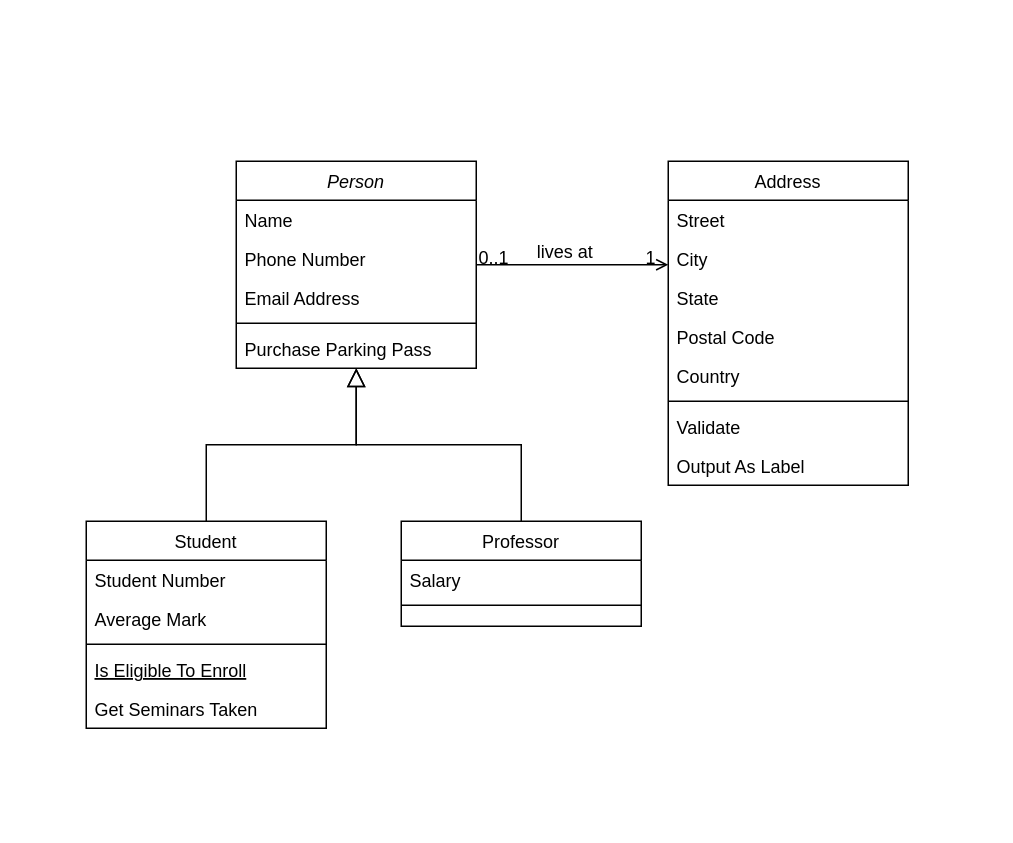
This is Untitled Diagram.drawio from Sir-Ayd/Moosh, a draw.io file, before an edit. Source tidied: cells renumbered, new cells numbered last; positions are measured from the earlier drawing's top-left corner, leaving out a move shared by most shapes. Both pictures are drawn from the tidied source at 150%, with x=0, y=0 at pixel (86, 160).
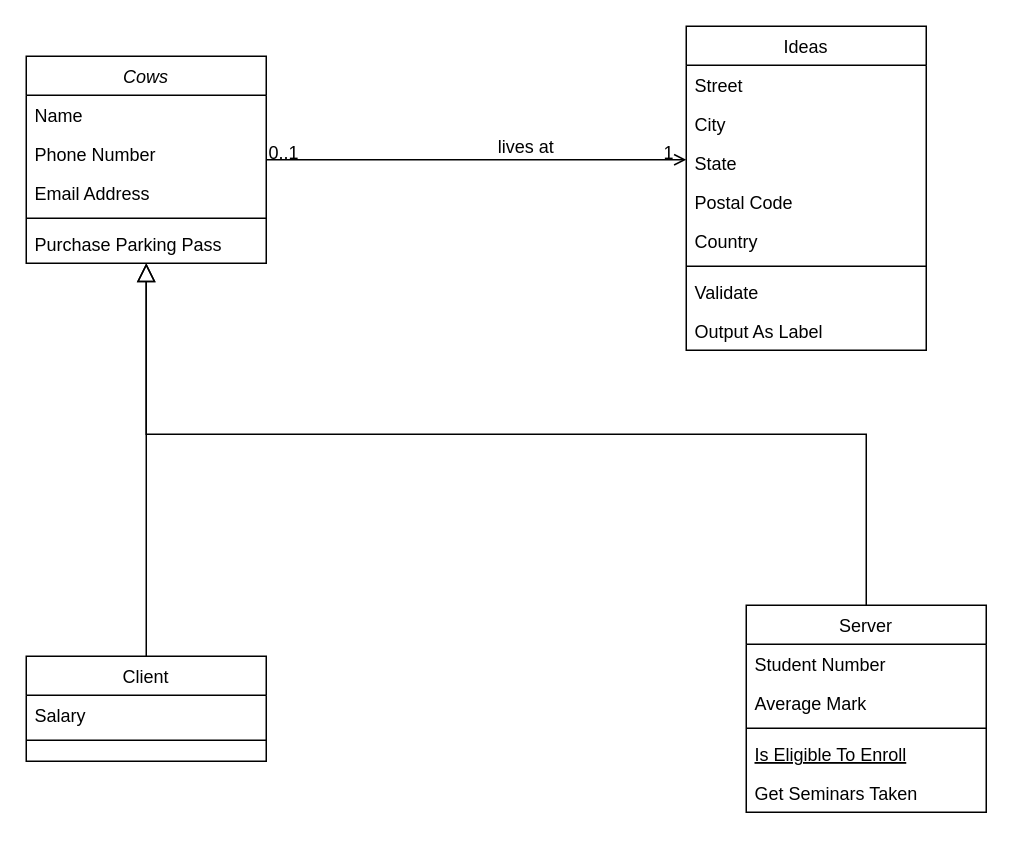
Above is the later version.

Diff of the diagram source:
```diff
@@
-    <mxCell id="2" value="Person" style="swimlane;fontStyle=2;align=center;verticalAlign=top;horizontal=1;startSize=26;rounded=0;shadow=0;strokeWidth=1;" parent="1" vertex="1">
-      <mxGeometry x="100" width="160" height="138" as="geometry" />
+    <mxCell id="2" value="Cows" style="swimlane;fontStyle=2;align=center;verticalAlign=top;horizontal=1;startSize=26;rounded=0;shadow=0;strokeWidth=1;" parent="1" vertex="1">
+      <mxGeometry x="-40" y="-70" width="160" height="138" as="geometry" />
     </mxCell>
@@
-    <mxCell id="8" value="Student" style="swimlane;fontStyle=0;align=center;verticalAlign=top;horizontal=1;startSize=26;rounded=0;shadow=0;strokeWidth=1;" parent="1" vertex="1">
-      <mxGeometry y="240" width="160" height="138" as="geometry" />
+    <mxCell id="8" value="Server" style="swimlane;fontStyle=0;align=center;verticalAlign=top;horizontal=1;startSize=26;rounded=0;shadow=0;strokeWidth=1;" parent="1" vertex="1">
+      <mxGeometry x="440" y="296" width="160" height="138" as="geometry" />
     </mxCell>
@@
-    <mxCell id="15" value="Professor" style="swimlane;fontStyle=0;align=center;verticalAlign=top;horizontal=1;startSize=26;rounded=0;shadow=0;strokeWidth=1;" parent="1" vertex="1">
-      <mxGeometry x="210" y="240" width="160" height="70" as="geometry" />
+    <mxCell id="15" value="Client" style="swimlane;fontStyle=0;align=center;verticalAlign=top;horizontal=1;startSize=26;rounded=0;shadow=0;strokeWidth=1;" parent="1" vertex="1">
+      <mxGeometry x="-40" y="330" width="160" height="70" as="geometry" />
     </mxCell>
@@
-    <mxCell id="19" value="Address" style="swimlane;fontStyle=0;align=center;verticalAlign=top;horizontal=1;startSize=26;rounded=0;shadow=0;strokeWidth=1;" parent="1" vertex="1">
-      <mxGeometry x="388" width="160" height="216" as="geometry" />
+    <mxCell id="19" value="Ideas" style="swimlane;fontStyle=0;align=center;verticalAlign=top;horizontal=1;startSize=26;rounded=0;shadow=0;strokeWidth=1;" parent="1" vertex="1">
+      <mxGeometry x="400" y="-90" width="160" height="216" as="geometry" />
     </mxCell>
```
